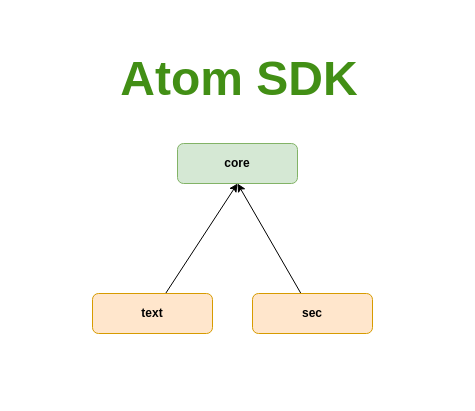
This is .docs/atom.drawio from memoria-io/atom, a draw.io file, before an edit. Source tidied: cells renumbered, new cells numbered last; positions are measured from the earlier drawing's top-left corner, leaving out a move shared by most shapes. Both pictures are drawn from the tidied source at 100%, with x=0, y=0 at pixel (92, 43).
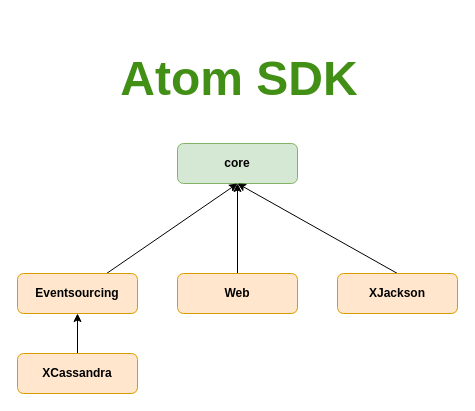
Above is the later version.

The edit, as a diff of the source:
```diff
@@
 <mxGraphModel>
   <root>
     <mxCell id="0" />
     <mxCell id="1" parent="0" />
     <mxCell id="2" value="&lt;b&gt;core&lt;/b&gt;" style="rounded=1;whiteSpace=wrap;html=1;fillColor=#d5e8d4;strokeColor=#82b366;" parent="1" vertex="1">
       <mxGeometry x="85" y="100" width="120" height="40" as="geometry" />
     </mxCell>
     <mxCell id="3" style="edgeStyle=none;rounded=0;jettySize=auto;html=1;entryX=0.5;entryY=1;entryDx=0;entryDy=0;" parent="1" edge="1" source="4" target="2">
       <mxGeometry relative="1" as="geometry" />
     </mxCell>
-    <mxCell id="4" value="&lt;b&gt;sec&lt;/b&gt;" style="rounded=1;whiteSpace=wrap;html=1;fillColor=#ffe6cc;strokeColor=#d79b00;" parent="1" vertex="1">
-      <mxGeometry x="160" y="250" width="120" height="40" as="geometry" />
+    <mxCell id="4" value="&lt;b&gt;Web&lt;/b&gt;" style="rounded=1;whiteSpace=wrap;html=1;fillColor=#ffe6cc;strokeColor=#d79b00;" parent="1" vertex="1">
+      <mxGeometry x="85" y="230" width="120" height="40" as="geometry" />
     </mxCell>
     <mxCell id="5" style="edgeStyle=none;rounded=0;jettySize=auto;html=1;entryX=0.5;entryY=1;entryDx=0;entryDy=0;" parent="1" edge="1" source="6" target="2">
       <mxGeometry relative="1" as="geometry" />
     </mxCell>
-    <mxCell id="6" value="&lt;b&gt;text&lt;/b&gt;" style="rounded=1;whiteSpace=wrap;html=1;fillColor=#ffe6cc;strokeColor=#d79b00;" parent="1" vertex="1">
-      <mxGeometry y="250" width="120" height="40" as="geometry" />
+    <mxCell id="6" value="&lt;b&gt;Eventsourcing&lt;/b&gt;" style="rounded=1;whiteSpace=wrap;html=1;fillColor=#ffe6cc;strokeColor=#d79b00;" parent="1" vertex="1">
+      <mxGeometry x="-75" y="230" width="120" height="40" as="geometry" />
     </mxCell>
     <mxCell id="7" value="&lt;h1&gt;&lt;font color=&quot;#428f15&quot;&gt;Atom SDK&lt;/font&gt;&lt;/h1&gt;" style="text;html=1;strokeColor=none;fillColor=none;align=center;verticalAlign=middle;whiteSpace=wrap;rounded=0;fontSize=24;" parent="1" vertex="1">
       <mxGeometry x="7" width="280" height="70" as="geometry" />
     </mxCell>
+    <mxCell id="8" style="edgeStyle=orthogonalEdgeStyle;rounded=0;jettySize=auto;html=1;entryX=0.5;entryY=1;entryDx=0;entryDy=0;" parent="1" edge="1" source="9" target="6">
+      <mxGeometry relative="1" as="geometry" />
+    </mxCell>
+    <mxCell id="9" value="&lt;b&gt;XCassandra&lt;/b&gt;" style="rounded=1;whiteSpace=wrap;html=1;fillColor=#ffe6cc;strokeColor=#d79b00;" parent="1" vertex="1">
+      <mxGeometry x="-75" y="310" width="120" height="40" as="geometry" />
+    </mxCell>
+    <mxCell id="10" style="rounded=0;jettySize=auto;html=1;exitX=0.5;exitY=0;exitDx=0;exitDy=0;entryX=0.5;entryY=1;entryDx=0;entryDy=0;" parent="1" edge="1" source="11" target="2">
+      <mxGeometry relative="1" as="geometry" />
+    </mxCell>
+    <mxCell id="11" value="&lt;b&gt;XJackson&lt;/b&gt;" style="rounded=1;whiteSpace=wrap;html=1;fillColor=#ffe6cc;strokeColor=#d79b00;" parent="1" vertex="1">
+      <mxGeometry x="245" y="230" width="120" height="40" as="geometry" />
+    </mxCell>
   </root>
 </mxGraphModel>
```
